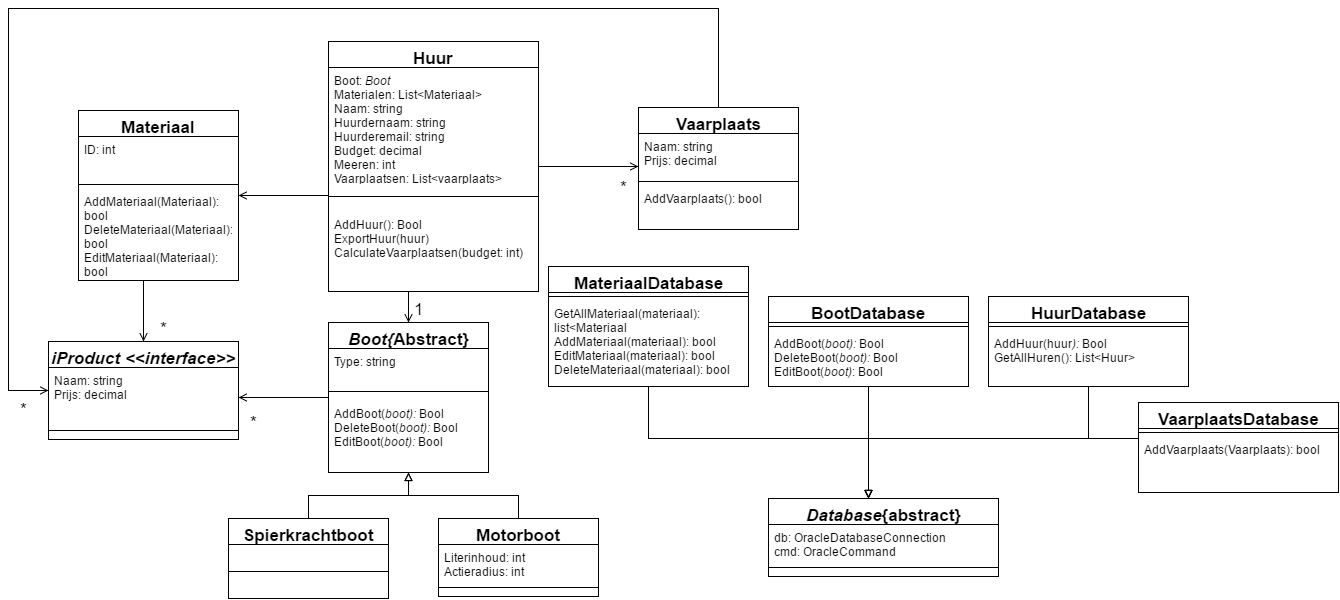
This is Documentatie/Klassendiagram 't Sloepke.png from FireRageNL/LivePerformance, a draw.io export, as it was before one commit. Source tidied: cells renumbered, new cells last; positions are measured from the earlier drawing's top-left corner, leaving out a move shared by most shapes.
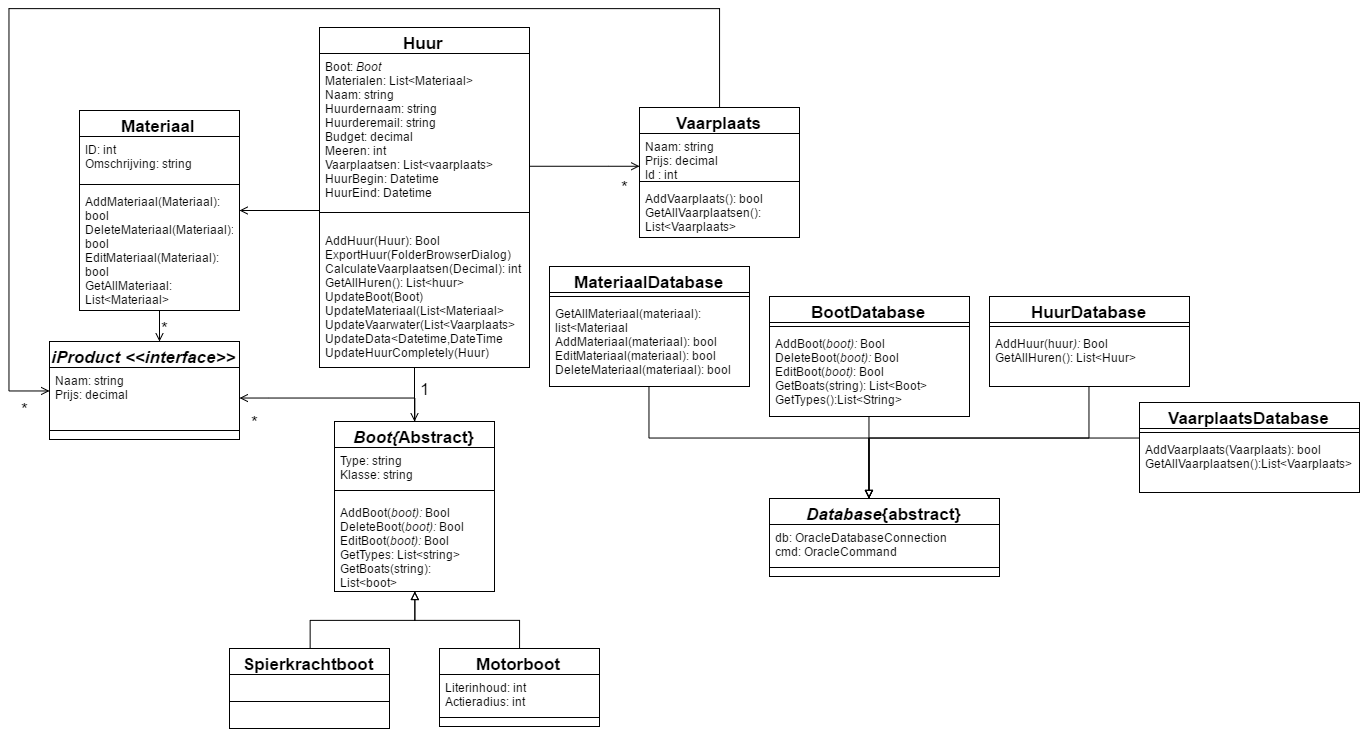
After the change.

Change to the diagram source:
```diff
@@ -23,16 +23,16 @@
       </mxGeometry>
     </mxCell>
     <mxCell id="5" value="Materiaal" style="swimlane;html=1;fontStyle=1;align=center;verticalAlign=top;horizontal=1;startSize=26;swimlaneFillColor=#ffffff;fontSize=17;" parent="1" vertex="1">
-      <mxGeometry x="70" y="102" width="160" height="170" as="geometry" />
+      <mxGeometry x="70" y="102" width="160" height="200" as="geometry" />
     </mxCell>
-    <mxCell id="6" value="ID: int" style="text;html=1;strokeColor=none;fillColor=none;align=left;verticalAlign=top;spacingLeft=4;spacingRight=4;whiteSpace=wrap;overflow=hidden;" parent="5" vertex="1">
+    <mxCell id="6" value="ID: int&lt;div&gt;Omschrijving: string&lt;/div&gt;" style="text;html=1;strokeColor=none;fillColor=none;align=left;verticalAlign=top;spacingLeft=4;spacingRight=4;whiteSpace=wrap;overflow=hidden;" parent="5" vertex="1">
       <mxGeometry y="26" width="160" height="44" as="geometry" />
     </mxCell>
     <mxCell id="7" style="line;html=1;strokeWidth=1;fillColor=none;align=left;verticalAlign=middle;spacingTop=-1;spacingLeft=3;spacingRight=3;labelPosition=right;" parent="5" vertex="1">
       <mxGeometry y="70" width="160" height="8" as="geometry" />
     </mxCell>
-    <mxCell id="8" value="AddMateriaal(Materiaal): bool&lt;div&gt;DeleteMateriaal(Materiaal): bool&lt;/div&gt;&lt;div&gt;EditMateriaal(Materiaal): bool&lt;/div&gt;" style="text;html=1;strokeColor=none;fillColor=none;align=left;verticalAlign=top;spacingLeft=4;spacingRight=4;whiteSpace=wrap;overflow=hidden;" parent="5" vertex="1">
-      <mxGeometry y="78" width="160" height="92" as="geometry" />
+    <mxCell id="8" value="AddMateriaal(Materiaal): bool&lt;div&gt;DeleteMateriaal(Materiaal): bool&lt;/div&gt;&lt;div&gt;EditMateriaal(Materiaal): bool&lt;/div&gt;&lt;div&gt;GetAllMateriaal: List&amp;lt;Materiaal&amp;gt;&lt;/div&gt;" style="text;html=1;strokeColor=none;fillColor=none;align=left;verticalAlign=top;spacingLeft=4;spacingRight=4;whiteSpace=wrap;overflow=hidden;" parent="5" vertex="1">
+      <mxGeometry y="78" width="160" height="122" as="geometry" />
     </mxCell>
     <mxCell id="9" style="edgeStyle=orthogonalEdgeStyle;rounded=0;html=1;startArrow=block;startFill=0;endArrow=none;endFill=0;jettySize=auto;strokeColor=#000000;fontSize=17;" parent="1" edge="1" source="13" target="27">
       <mxGeometry relative="1" as="geometry" />
@@ -54,25 +54,25 @@
       </mxGeometry>
     </mxCell>
     <mxCell id="13" value="&lt;i&gt;Boot{&lt;/i&gt;Abstract}" style="swimlane;html=1;fontStyle=1;align=center;verticalAlign=top;horizontal=1;startSize=26;swimlaneFillColor=#ffffff;fontSize=17;" parent="1" vertex="1">
-      <mxGeometry x="320" y="314" width="160" height="150" as="geometry" />
+      <mxGeometry x="325" y="413" width="160" height="170" as="geometry" />
     </mxCell>
-    <mxCell id="14" value="&lt;div&gt;Type: string&lt;/div&gt;" style="text;html=1;strokeColor=none;fillColor=none;align=left;verticalAlign=top;spacingLeft=4;spacingRight=4;whiteSpace=wrap;overflow=hidden;" parent="13" vertex="1">
+    <mxCell id="14" value="&lt;div&gt;Type: string&lt;/div&gt;&lt;div&gt;Klasse: string&lt;/div&gt;" style="text;html=1;strokeColor=none;fillColor=none;align=left;verticalAlign=top;spacingLeft=4;spacingRight=4;whiteSpace=wrap;overflow=hidden;" parent="13" vertex="1">
       <mxGeometry y="26" width="160" height="34" as="geometry" />
     </mxCell>
     <mxCell id="15" style="line;html=1;strokeWidth=1;fillColor=none;align=left;verticalAlign=middle;spacingTop=-1;spacingLeft=3;spacingRight=3;labelPosition=right;" parent="13" vertex="1">
       <mxGeometry y="60" width="160" height="18" as="geometry" />
     </mxCell>
-    <mxCell id="16" value="AddBoot(&lt;i&gt;boot): &lt;/i&gt;Bool&lt;div&gt;DeleteBoot(&lt;i&gt;boot): &lt;/i&gt;Bool&lt;/div&gt;&lt;div&gt;EditBoot(&lt;i&gt;boot): &lt;/i&gt;Bool&lt;/div&gt;" style="text;html=1;strokeColor=none;fillColor=none;align=left;verticalAlign=top;spacingLeft=4;spacingRight=4;whiteSpace=wrap;overflow=hidden;" parent="13" vertex="1">
-      <mxGeometry y="78" width="160" height="52" as="geometry" />
+    <mxCell id="16" value="AddBoot(&lt;i&gt;boot): &lt;/i&gt;Bool&lt;div&gt;DeleteBoot(&lt;i&gt;boot): &lt;/i&gt;Bool&lt;/div&gt;&lt;div&gt;EditBoot(&lt;i&gt;boot): &lt;/i&gt;Bool&lt;/div&gt;&lt;div&gt;GetTypes: List&amp;lt;string&amp;gt;&lt;/div&gt;&lt;div&gt;GetBoats(string): List&amp;lt;boot&amp;gt;&lt;/div&gt;" style="text;html=1;strokeColor=none;fillColor=none;align=left;verticalAlign=top;spacingLeft=4;spacingRight=4;whiteSpace=wrap;overflow=hidden;" parent="13" vertex="1">
+      <mxGeometry y="78" width="160" height="92" as="geometry" />
     </mxCell>
     <mxCell id="17" value="BootDatabase" style="swimlane;html=1;fontStyle=1;align=center;verticalAlign=top;horizontal=1;startSize=26;swimlaneFillColor=#ffffff;fontSize=17;" parent="1" vertex="1">
-      <mxGeometry x="760" y="288" width="200" height="90" as="geometry" />
+      <mxGeometry x="760" y="288" width="200" height="120" as="geometry" />
     </mxCell>
     <mxCell id="18" style="line;html=1;strokeWidth=1;fillColor=none;align=left;verticalAlign=middle;spacingTop=-1;spacingLeft=3;spacingRight=3;labelPosition=right;" parent="17" vertex="1">
       <mxGeometry y="26" width="200" height="8" as="geometry" />
     </mxCell>
-    <mxCell id="19" value="AddBoot(&lt;i&gt;boot): &lt;/i&gt;Bool&lt;div&gt;DeleteBoot(&lt;i&gt;boot): &lt;/i&gt;Bool&lt;/div&gt;&lt;div&gt;EditBoot(&lt;i&gt;boot)&lt;/i&gt;: Bool&lt;/div&gt;" style="text;html=1;strokeColor=none;fillColor=none;align=left;verticalAlign=top;spacingLeft=4;spacingRight=4;whiteSpace=wrap;overflow=hidden;" parent="17" vertex="1">
-      <mxGeometry y="34" width="200" height="56" as="geometry" />
+    <mxCell id="19" value="AddBoot(&lt;i&gt;boot): &lt;/i&gt;Bool&lt;div&gt;DeleteBoot(&lt;i&gt;boot): &lt;/i&gt;Bool&lt;/div&gt;&lt;div&gt;EditBoot(&lt;i&gt;boot)&lt;/i&gt;: Bool&lt;/div&gt;&lt;div&gt;GetBoats(string): List&amp;lt;Boot&amp;gt;&lt;/div&gt;&lt;div&gt;GetTypes():List&amp;lt;String&amp;gt;&lt;/div&gt;" style="text;html=1;strokeColor=none;fillColor=none;align=left;verticalAlign=top;spacingLeft=4;spacingRight=4;whiteSpace=wrap;overflow=hidden;" parent="17" vertex="1">
+      <mxGeometry y="34" width="200" height="86" as="geometry" />
     </mxCell>
     <mxCell id="20" style="edgeStyle=orthogonalEdgeStyle;rounded=0;html=1;startArrow=block;startFill=0;endArrow=none;endFill=0;jettySize=auto;strokeColor=#000000;fontSize=17;" parent="1" edge="1" source="21" target="17">
       <mxGeometry relative="1" as="geometry">
@@ -92,7 +92,7 @@
       <mxGeometry y="60" width="230" height="18" as="geometry" />
     </mxCell>
     <mxCell id="24" value="Motorboot" style="swimlane;html=1;fontStyle=1;align=center;verticalAlign=top;horizontal=1;startSize=26;swimlaneFillColor=#ffffff;fontSize=17;" parent="1" vertex="1">
-      <mxGeometry x="430" y="510" width="160" height="78" as="geometry" />
+      <mxGeometry x="430" y="640" width="160" height="78" as="geometry" />
     </mxCell>
     <mxCell id="25" value="Literinhoud: int&lt;div&gt;Actieradius: int&lt;/div&gt;" style="text;html=1;strokeColor=none;fillColor=none;align=left;verticalAlign=top;spacingLeft=4;spacingRight=4;whiteSpace=wrap;overflow=hidden;" parent="24" vertex="1">
       <mxGeometry y="26" width="160" height="34" as="geometry" />
@@ -101,22 +101,22 @@
       <mxGeometry y="60" width="160" height="18" as="geometry" />
     </mxCell>
     <mxCell id="27" value="Spierkrachtboot" style="swimlane;html=1;fontStyle=1;align=center;verticalAlign=top;horizontal=1;startSize=26;swimlaneFillColor=#ffffff;fontSize=17;" parent="1" vertex="1">
-      <mxGeometry x="220" y="510" width="160" height="80" as="geometry" />
+      <mxGeometry x="220" y="640" width="160" height="80" as="geometry" />
     </mxCell>
     <mxCell id="28" style="line;html=1;strokeWidth=1;fillColor=none;align=left;verticalAlign=middle;spacingTop=-1;spacingLeft=3;spacingRight=3;labelPosition=right;" parent="27" vertex="1">
       <mxGeometry y="26" width="160" height="54" as="geometry" />
     </mxCell>
     <mxCell id="29" value="Huur" style="swimlane;html=1;fontStyle=1;align=center;verticalAlign=top;horizontal=1;startSize=26;swimlaneFillColor=#ffffff;fontSize=17;" parent="1" vertex="1">
-      <mxGeometry x="320" y="33" width="210" height="250" as="geometry" />
+      <mxGeometry x="310" y="19" width="210" height="340" as="geometry" />
     </mxCell>
-    <mxCell id="30" value="Boot: &lt;i&gt;Boot&lt;/i&gt;&lt;div&gt;Materialen: List&amp;lt;Materiaal&amp;gt;&lt;/div&gt;&lt;div&gt;Naam: string&lt;/div&gt;&lt;div&gt;Huurdernaam: string&lt;/div&gt;&lt;div&gt;Huurderemail: string&lt;/div&gt;&lt;div&gt;Budget: decimal&lt;/div&gt;&lt;div&gt;Meeren: int&lt;/div&gt;&lt;div&gt;Vaarplaatsen: List&amp;lt;vaarplaats&amp;gt;&lt;/div&gt;" style="text;html=1;strokeColor=none;fillColor=none;align=left;verticalAlign=top;spacingLeft=4;spacingRight=4;whiteSpace=wrap;overflow=hidden;" parent="29" vertex="1">
-      <mxGeometry y="26" width="210" height="114" as="geometry" />
+    <mxCell id="30" value="Boot: &lt;i&gt;Boot&lt;/i&gt;&lt;div&gt;Materialen: List&amp;lt;Materiaal&amp;gt;&lt;/div&gt;&lt;div&gt;Naam: string&lt;/div&gt;&lt;div&gt;Huurdernaam: string&lt;/div&gt;&lt;div&gt;Huurderemail: string&lt;/div&gt;&lt;div&gt;Budget: decimal&lt;/div&gt;&lt;div&gt;Meeren: int&lt;/div&gt;&lt;div&gt;Vaarplaatsen: List&amp;lt;vaarplaats&amp;gt;&lt;/div&gt;&lt;div&gt;HuurBegin: Datetime&lt;/div&gt;&lt;div&gt;HuurEind: Datetime&lt;/div&gt;" style="text;html=1;strokeColor=none;fillColor=none;align=left;verticalAlign=top;spacingLeft=4;spacingRight=4;whiteSpace=wrap;overflow=hidden;" parent="29" vertex="1">
+      <mxGeometry y="26" width="210" height="144" as="geometry" />
     </mxCell>
     <mxCell id="31" style="line;html=1;strokeWidth=1;fillColor=none;align=left;verticalAlign=middle;spacingTop=-1;spacingLeft=3;spacingRight=3;labelPosition=right;" parent="29" vertex="1">
-      <mxGeometry y="140" width="210" height="30" as="geometry" />
+      <mxGeometry y="170" width="210" height="30" as="geometry" />
     </mxCell>
-    <mxCell id="32" value="AddHuur(): Bool&lt;div&gt;ExportHuur(huur)&lt;/div&gt;&lt;div&gt;CalculateVaarplaatsen(budget: int)&lt;/div&gt;" style="text;html=1;strokeColor=none;fillColor=none;align=left;verticalAlign=top;spacingLeft=4;spacingRight=4;whiteSpace=wrap;overflow=hidden;" parent="29" vertex="1">
-      <mxGeometry y="170" width="210" height="80" as="geometry" />
+    <mxCell id="32" value="AddHuur(Huur): Bool&lt;div&gt;ExportHuur(FolderBrowserDialog)&lt;/div&gt;&lt;div&gt;CalculateVaarplaatsen(Decimal): int&lt;/div&gt;&lt;div&gt;GetAllHuren(): List&amp;lt;huur&amp;gt;&lt;/div&gt;&lt;div&gt;UpdateBoot(Boot)&lt;/div&gt;&lt;div&gt;UpdateMateriaal(List&amp;lt;Materiaal&amp;gt;&lt;/div&gt;&lt;div&gt;UpdateVaarwater(List&amp;lt;Vaarplaats&amp;gt;&lt;/div&gt;&lt;div&gt;UpdateData&amp;lt;Datetime,DateTime&lt;/div&gt;&lt;div&gt;UpdateHuurCompletely(Huur)&lt;/div&gt;&lt;div&gt;&lt;br&gt;&lt;/div&gt;" style="text;html=1;strokeColor=none;fillColor=none;align=left;verticalAlign=top;spacingLeft=4;spacingRight=4;whiteSpace=wrap;overflow=hidden;" parent="29" vertex="1">
+      <mxGeometry y="200" width="210" height="140" as="geometry" />
     </mxCell>
     <mxCell id="33" style="edgeStyle=orthogonalEdgeStyle;rounded=0;html=1;startArrow=none;startFill=0;endArrow=block;endFill=0;jettySize=auto;strokeColor=#000000;fontSize=17;" parent="1" edge="1" source="34" target="21">
       <mxGeometry relative="1" as="geometry">
@@ -161,16 +161,16 @@
       </mxGeometry>
     </mxCell>
     <mxCell id="42" value="Vaarplaats" style="swimlane;html=1;fontStyle=1;align=center;verticalAlign=top;horizontal=1;startSize=26;swimlaneFillColor=#ffffff;fontSize=17;" parent="1" vertex="1">
-      <mxGeometry x="630" y="99" width="160" height="122" as="geometry" />
+      <mxGeometry x="630" y="99" width="160" height="130" as="geometry" />
     </mxCell>
-    <mxCell id="43" value="Naam: string&lt;div&gt;Prijs: decimal&lt;/div&gt;" style="text;html=1;strokeColor=none;fillColor=none;align=left;verticalAlign=top;spacingLeft=4;spacingRight=4;whiteSpace=wrap;overflow=hidden;" parent="42" vertex="1">
+    <mxCell id="43" value="Naam: string&lt;div&gt;Prijs: decimal&lt;/div&gt;&lt;div&gt;Id : int&lt;/div&gt;" style="text;html=1;strokeColor=none;fillColor=none;align=left;verticalAlign=top;spacingLeft=4;spacingRight=4;whiteSpace=wrap;overflow=hidden;" parent="42" vertex="1">
       <mxGeometry y="26" width="160" height="44" as="geometry" />
     </mxCell>
     <mxCell id="44" style="line;html=1;strokeWidth=1;fillColor=none;align=left;verticalAlign=middle;spacingTop=-1;spacingLeft=3;spacingRight=3;labelPosition=right;" parent="42" vertex="1">
       <mxGeometry y="70" width="160" height="8" as="geometry" />
     </mxCell>
-    <mxCell id="45" value="AddVaarplaats(): bool" style="text;html=1;strokeColor=none;fillColor=none;align=left;verticalAlign=top;spacingLeft=4;spacingRight=4;whiteSpace=wrap;overflow=hidden;" parent="42" vertex="1">
-      <mxGeometry y="78" width="160" height="32" as="geometry" />
+    <mxCell id="45" value="AddVaarplaats(): bool&lt;div&gt;GetAllVaarplaatsen(): List&amp;lt;Vaarplaats&amp;gt;&lt;/div&gt;" style="text;html=1;strokeColor=none;fillColor=none;align=left;verticalAlign=top;spacingLeft=4;spacingRight=4;whiteSpace=wrap;overflow=hidden;" parent="42" vertex="1">
+      <mxGeometry y="78" width="160" height="52" as="geometry" />
     </mxCell>
     <mxCell id="46" style="edgeStyle=orthogonalEdgeStyle;rounded=0;html=1;startArrow=none;startFill=0;endArrow=block;endFill=0;jettySize=auto;strokeColor=#000000;fontSize=17;" parent="1" edge="1" source="47" target="21">
       <mxGeometry relative="1" as="geometry">
@@ -180,13 +180,13 @@
       </mxGeometry>
     </mxCell>
     <mxCell id="47" value="VaarplaatsDatabase" style="swimlane;html=1;fontStyle=1;align=center;verticalAlign=top;horizontal=1;startSize=26;swimlaneFillColor=#ffffff;fontSize=17;" parent="1" vertex="1">
-      <mxGeometry x="1130" y="394" width="200" height="90" as="geometry" />
+      <mxGeometry x="1130" y="394" width="220" height="90" as="geometry" />
     </mxCell>
     <mxCell id="48" style="line;html=1;strokeWidth=1;fillColor=none;align=left;verticalAlign=middle;spacingTop=-1;spacingLeft=3;spacingRight=3;labelPosition=right;" parent="47" vertex="1">
-      <mxGeometry y="26" width="200" height="8" as="geometry" />
+      <mxGeometry y="26" width="220" height="8" as="geometry" />
     </mxCell>
-    <mxCell id="49" value="AddVaarplaats(Vaarplaats): bool" style="text;html=1;strokeColor=none;fillColor=none;align=left;verticalAlign=top;spacingLeft=4;spacingRight=4;whiteSpace=wrap;overflow=hidden;" parent="47" vertex="1">
-      <mxGeometry y="34" width="200" height="56" as="geometry" />
+    <mxCell id="49" value="AddVaarplaats(Vaarplaats): bool&lt;div&gt;GetAllVaarplaatsen():List&amp;lt;Vaarplaats&amp;gt;&lt;/div&gt;" style="text;html=1;strokeColor=none;fillColor=none;align=left;verticalAlign=top;spacingLeft=4;spacingRight=4;whiteSpace=wrap;overflow=hidden;" parent="47" vertex="1">
+      <mxGeometry y="34" width="220" height="56" as="geometry" />
     </mxCell>
     <mxCell id="50" value="*" style="text;html=1;align=left;verticalAlign=top;spacingTop=-4;fontSize=17;" parent="1" vertex="1">
       <mxGeometry x="610" y="167" width="20" height="20" as="geometry" />
```
